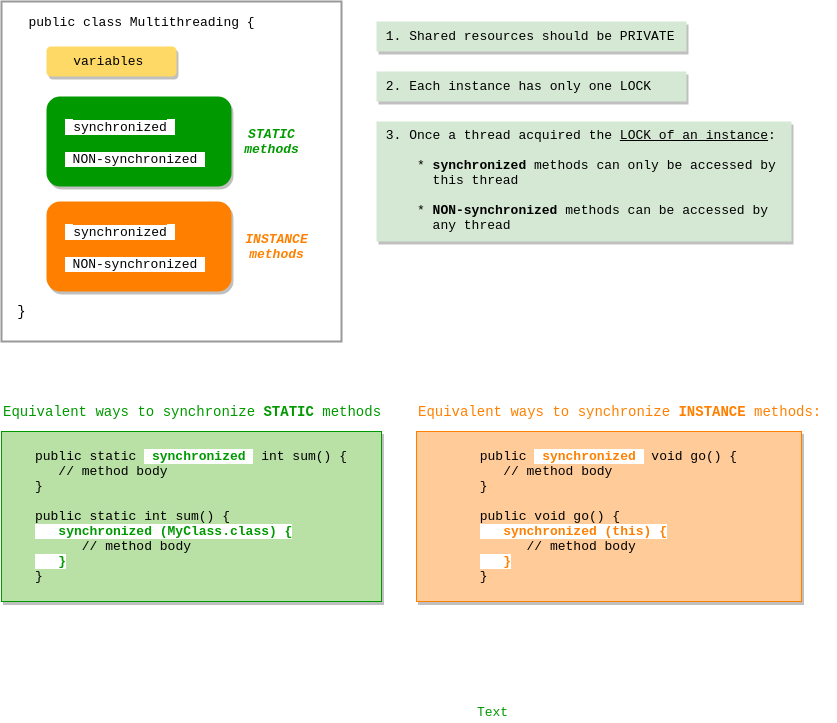
Above: threads/readme_resources/how-mutlithreading-works.png in giuseppeiacono/OCP-Java-SE-8 (draw.io), before the change. Source tidied: cells renumbered, new cells last; positions are measured from the earlier drawing's top-left corner, leaving out a move shared by most shapes.
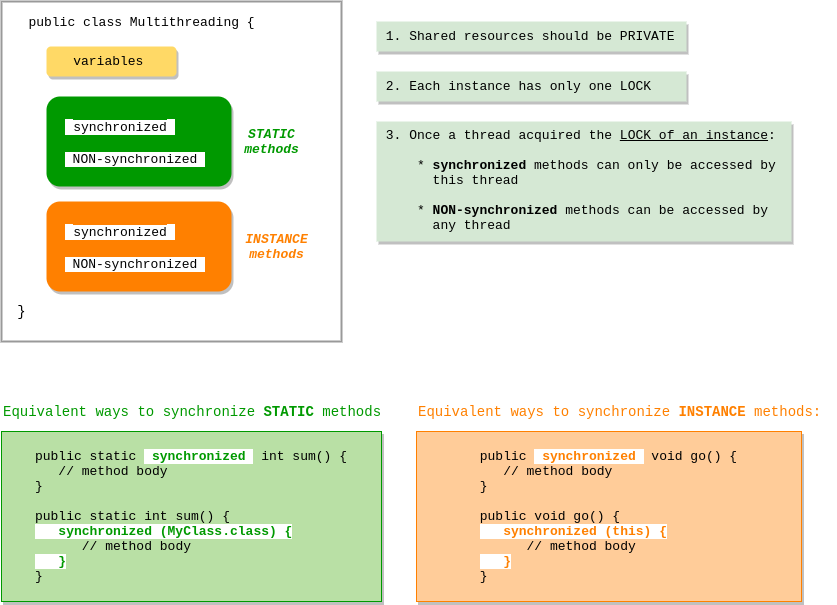
After the change.

Change to the diagram source:
```diff
@@ -47,8 +47,5 @@
     <mxCell id="16" value="&lt;font color=&quot;#ff8000&quot; style=&quot;font-size: 14px&quot;&gt;&lt;span style=&quot;font-size: 14px&quot;&gt;Equivalent ways to synchronize &lt;b&gt;INSTANCE&lt;/b&gt; methods:&lt;/span&gt;&lt;/font&gt;" style="text;html=1;align=left;verticalAlign=middle;fontSize=14;fontFamily=Courier New;fontColor=#000000;fontStyle=0;" parent="1" vertex="1">
       <mxGeometry x="415" y="400" width="420" height="20" as="geometry" />
     </mxCell>
-    <mxCell id="17" value="Text" style="text;html=1;align=center;verticalAlign=middle;fontSize=13;fontFamily=Courier New;fontColor=#009900;" parent="1" vertex="1">
-      <mxGeometry x="466" y="701" width="50" height="20" as="geometry" />
-    </mxCell>
   </root>
 </mxGraphModel>
```
